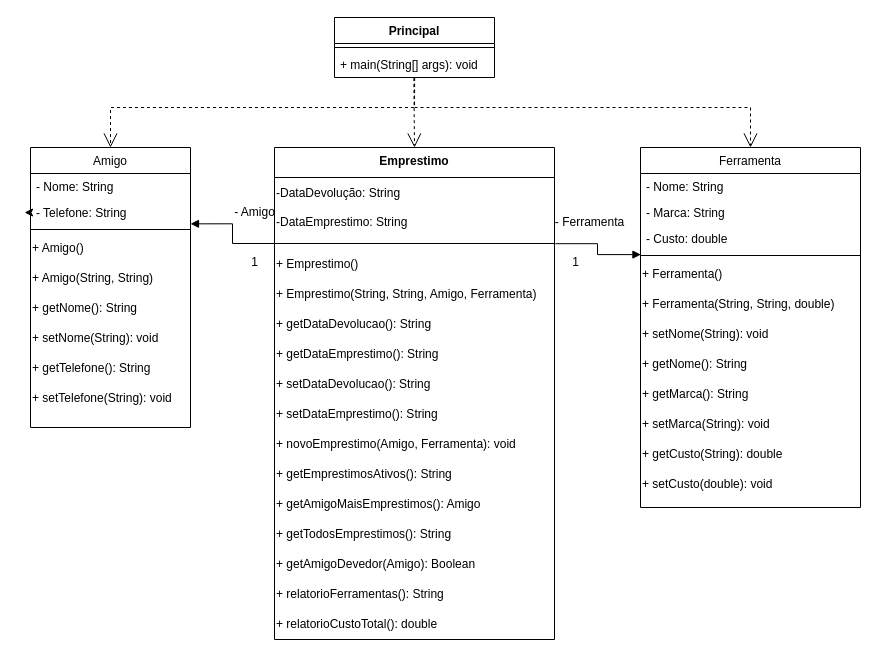
Before: Diagrama_de_classes.drawio in felipeghizo/Emprestimo_Ferramentas, a draw.io diagram. Source tidied: cells renumbered, new cells numbered last; positions are measured from the earlier drawing's top-left corner, leaving out a move shared by most shapes. Both pictures are drawn from the tidied source at 100%, with x=0, y=0 at pixel (30, 17).
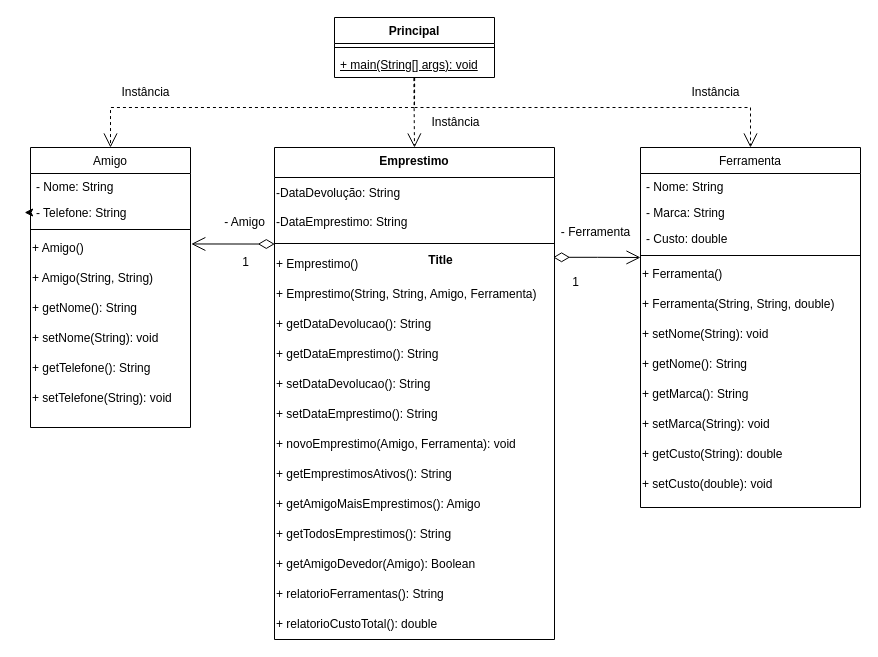
The same page after the edit.

Unchanged cells that the change refers to:
```xml
<mxCell id="4" value="- Telefone: String" style="text;align=left;verticalAlign=top;spacingLeft=4;spacingRight=4;overflow=hidden;points=[[0,0.5],[1,0.5]];portConstraint=eastwest;rounded=0;shadow=0;html=0;" parent="2" vertex="1">
  <mxGeometry y="52" width="160" height="26" as="geometry" />
</mxCell>
<mxCell id="7" value="+ Amigo()" style="text;html=1;align=left;verticalAlign=middle;points=[];strokeColor=none;fillColor=none;" parent="2" vertex="1">
  <mxGeometry y="86" width="160" height="30" as="geometry" />
</mxCell>
<mxCell id="17" style="line;html=1;strokeWidth=1;align=left;verticalAlign=middle;spacingTop=-1;spacingLeft=3;spacingRight=3;labelPosition=right;points=[];portConstraint=eastwest;" parent="13" vertex="1">
  <mxGeometry y="104" width="220" height="8" as="geometry" />
</mxCell>
<mxCell id="26" value="Principal" style="swimlane;fontStyle=1;align=center;verticalAlign=top;horizontal=1;startSize=26;whiteSpace=wrap;html=1;" parent="1" vertex="1">
  <mxGeometry x="304" width="160" height="60" as="geometry" />
</mxCell>
<mxCell id="33" style="line;strokeWidth=1;fillColor=none;align=left;verticalAlign=middle;spacingTop=-1;spacingLeft=3;spacingRight=3;labelPosition=right;points=[];portConstraint=eastwest;strokeColor=inherit;" parent="31" vertex="1">
  <mxGeometry y="90" width="280" height="12" as="geometry" />
</mxCell>
<mxCell id="34" value="+ Emprestimo()" style="text;html=1;align=left;verticalAlign=middle;points=[];strokeColor=none;fillColor=none;" parent="31" vertex="1">
  <mxGeometry y="102" width="280" height="30" as="geometry" />
</mxCell>
```

Diff of the diagram source:
```diff
@@
-    <mxCell id="28" value="+ main(String[] args): void" style="text;strokeColor=none;fillColor=none;align=left;verticalAlign=top;spacingLeft=4;spacingRight=4;overflow=hidden;points=[[0,0.5],[1,0.5]];portConstraint=eastwest;whiteSpace=wrap;html=1;" parent="26" vertex="1">
+    <mxCell id="28" value="&lt;u&gt;+ main(String[] args): void&lt;/u&gt;" style="text;strokeColor=none;fillColor=none;align=left;verticalAlign=top;spacingLeft=4;spacingRight=4;overflow=hidden;points=[[0,0.5],[1,0.5]];portConstraint=eastwest;whiteSpace=wrap;html=1;" parent="26" vertex="1">
       <mxGeometry y="34" width="160" height="26" as="geometry" />
     </mxCell>
@@
-    <mxCell id="48" style="endArrow=block;endFill=1;html=1;edgeStyle=orthogonalEdgeStyle;align=left;verticalAlign=top;rounded=0;entryX=0.002;entryY=0.39;entryDx=0;entryDy=0;entryPerimeter=0;exitX=1.003;exitY=0.517;exitDx=0;exitDy=0;exitPerimeter=0;" parent="1" edge="1" source="33" target="17">
-      <mxGeometry x="-0.67" y="25" relative="1" as="geometry" />
-    </mxCell>
-    <mxCell id="49" style="endArrow=block;endFill=1;html=1;edgeStyle=orthogonalEdgeStyle;align=left;verticalAlign=top;rounded=0;entryX=1;entryY=0.936;entryDx=0;entryDy=0;entryPerimeter=0;" parent="1" edge="1" source="33" target="4">
-      <mxGeometry x="-1" relative="1" as="geometry" />
-    </mxCell>
     <mxCell id="50" value="- Amigo" style="text;html=1;align=center;verticalAlign=middle;strokeColor=none;fillColor=none;" parent="1" vertex="1">
-      <mxGeometry x="194" y="180" width="60" height="30" as="geometry" />
+      <mxGeometry x="184" y="190" width="60" height="30" as="geometry" />
     </mxCell>
     <mxCell id="51" value="1" style="text;html=1;align=center;verticalAlign=middle;strokeColor=none;fillColor=none;" parent="1" vertex="1">
-      <mxGeometry x="209" y="230" width="30" height="30" as="geometry" />
+      <mxGeometry x="200" y="230" width="30" height="30" as="geometry" />
     </mxCell>
     <mxCell id="52" value="- Ferramenta" style="text;html=1;align=center;verticalAlign=middle;strokeColor=none;fillColor=none;" parent="1" vertex="1">
-      <mxGeometry x="514" y="190" width="90" height="30" as="geometry" />
+      <mxGeometry x="520" y="200" width="90" height="30" as="geometry" />
     </mxCell>
     <mxCell id="53" value="1" style="text;html=1;align=center;verticalAlign=middle;strokeColor=none;fillColor=none;" parent="1" vertex="1">
-      <mxGeometry x="530" y="230" width="30" height="30" as="geometry" />
+      <mxGeometry x="530" y="250" width="30" height="30" as="geometry" />
     </mxCell>
+    <mxCell id="54" style="endArrow=open;html=1;endSize=12;startArrow=diamondThin;startSize=14;startFill=0;edgeStyle=orthogonalEdgeStyle;align=left;verticalAlign=bottom;rounded=0;exitX=0.001;exitY=0.544;exitDx=0;exitDy=0;exitPerimeter=0;entryX=1.005;entryY=0.349;entryDx=0;entryDy=0;entryPerimeter=0;" parent="1" edge="1" source="33" target="7">
+      <mxGeometry x="-0.32" y="61" relative="1" as="geometry" />
+    </mxCell>
+    <mxCell id="55" style="endArrow=open;html=1;endSize=12;startArrow=diamondThin;startSize=14;startFill=0;edgeStyle=orthogonalEdgeStyle;align=left;verticalAlign=bottom;rounded=0;entryX=0;entryY=0.75;entryDx=0;entryDy=0;entryPerimeter=0;exitX=0.995;exitY=0.26;exitDx=0;exitDy=0;exitPerimeter=0;" parent="1" edge="1" source="34" target="17">
+      <mxGeometry x="-0.32" y="61" relative="1" as="geometry" />
+    </mxCell>
+    <mxCell id="56" value="Title" style="text;align=center;fontStyle=1;verticalAlign=middle;spacingLeft=3;spacingRight=3;strokeColor=none;html=1;" parent="1" vertex="1">
+      <mxGeometry x="370" y="230" width="80" height="26" as="geometry" />
+    </mxCell>
+    <mxCell id="57" value="Instância" style="text;html=1;align=center;verticalAlign=middle;strokeColor=none;fillColor=none;" parent="1" vertex="1">
+      <mxGeometry x="80" y="60" width="70" height="30" as="geometry" />
+    </mxCell>
+    <mxCell id="58" value="Instância" style="text;html=1;align=center;verticalAlign=middle;strokeColor=none;fillColor=none;" parent="1" vertex="1">
+      <mxGeometry x="650" y="60" width="70" height="30" as="geometry" />
+    </mxCell>
+    <mxCell id="59" value="Instância" style="text;html=1;align=center;verticalAlign=middle;strokeColor=none;fillColor=none;" parent="1" vertex="1">
+      <mxGeometry x="390" y="90" width="70" height="30" as="geometry" />
+    </mxCell>
```
